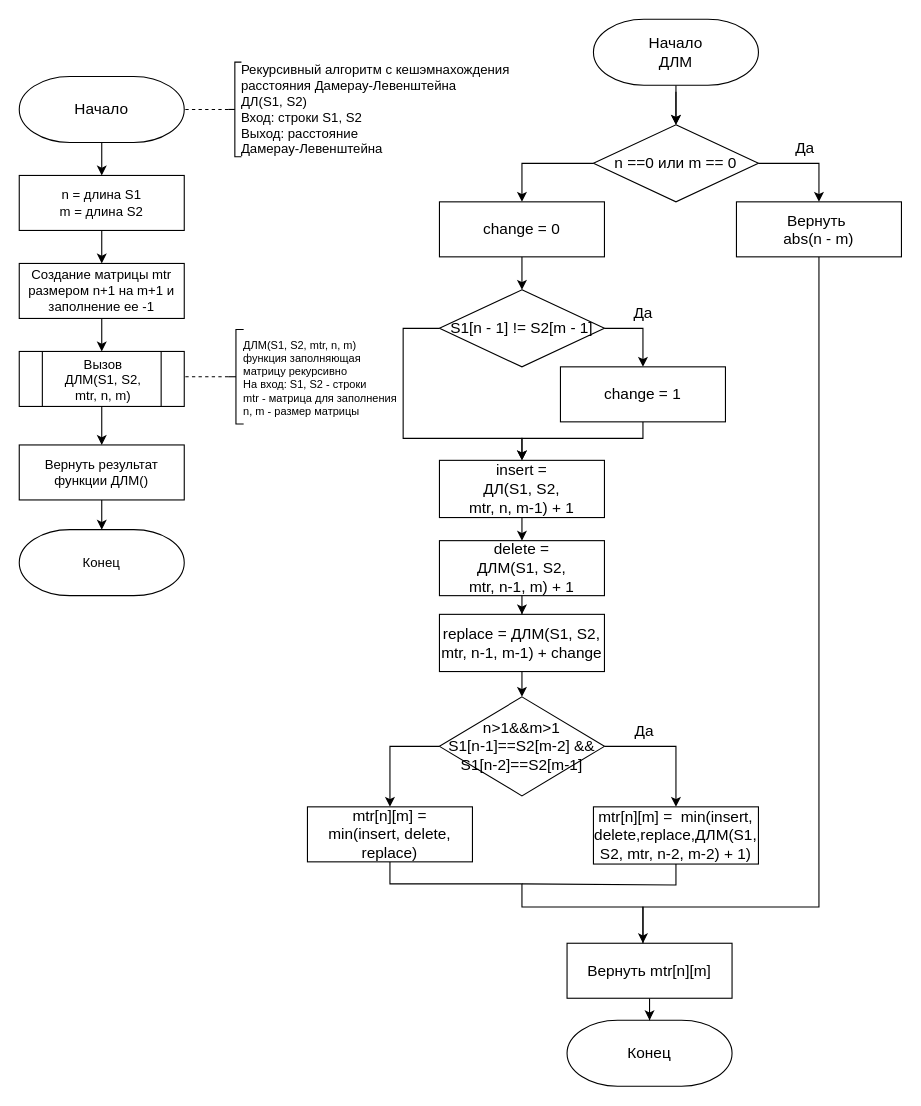
The draw.io diagram page "Д.-Л. Рекурсия с кэшом" (3 of 5) of lab_01/docs/img/algoritms.drawio in Ananasiika/bmstu-aa, before the edit. Source tidied: cells renumbered, new cells numbered last; positions are measured from the earlier drawing's top-left corner, leaving out a move shared by most shapes. Both pictures are drawn from the tidied source at 110%, with x=0, y=0 at pixel (19, 19).
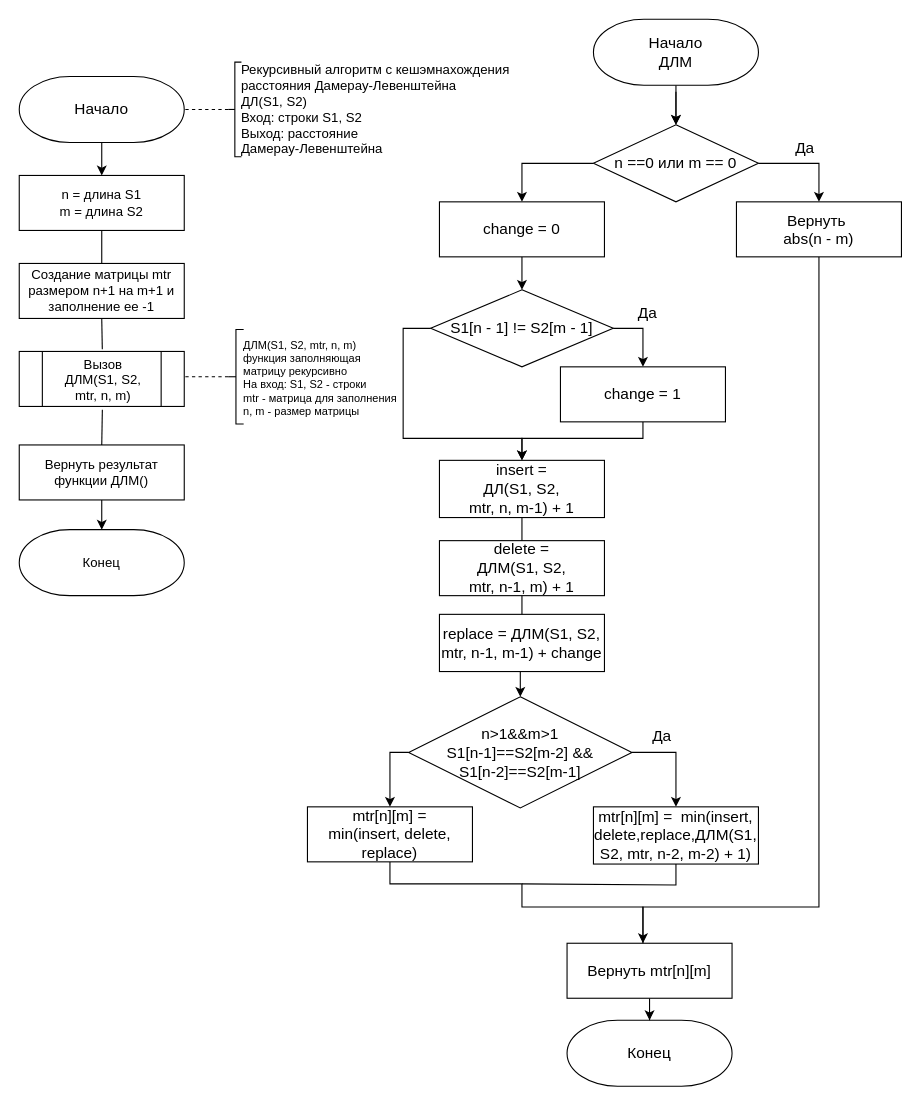
After the change.

Unchanged cells that the change refers to:
```xml
<mxCell id="5" value="n = длина S1&lt;br&gt;m = длина S2" style="rounded=0;whiteSpace=wrap;html=1;absoluteArcSize=1;arcSize=14;strokeWidth=1;" parent="1" vertex="1">
  <mxGeometry y="142" width="150" height="50" as="geometry" />
</mxCell>
<mxCell id="10" value="Создание матрицы mtr размером n+1 на m+1 и заполнение ее -1" style="rounded=0;whiteSpace=wrap;html=1;absoluteArcSize=1;arcSize=14;strokeWidth=1;" parent="1" vertex="1">
  <mxGeometry y="222" width="150" height="50" as="geometry" />
</mxCell>
<mxCell id="12" style="verticalLabelPosition=bottom;verticalAlign=top;html=1;shape=process;whiteSpace=wrap;rounded=0;size=0.14;arcSize=6;strokeColor=default;strokeWidth=1;fontSize=8;" parent="1" vertex="1">
  <mxGeometry y="302" width="150" height="50" as="geometry" />
</mxCell>
<mxCell id="13" value="&lt;font style=&quot;font-size: 12px;&quot;&gt;Вызов &lt;br&gt;ДЛМ(S1, S2, &lt;br&gt;mtr, n, m)&lt;/font&gt;" style="text;html=1;align=center;verticalAlign=middle;points=[];strokeColor=none;fillColor=none;fontSize=8;" parent="1" vertex="1">
  <mxGeometry x="32.5" y="300" width="87" height="55" as="geometry" />
</mxCell>
<mxCell id="15" value="Вернуть результат функции ДЛМ()" style="rounded=0;whiteSpace=wrap;html=1;absoluteArcSize=1;arcSize=14;strokeWidth=1;" parent="1" vertex="1">
  <mxGeometry y="387" width="150" height="50" as="geometry" />
</mxCell>
<mxCell id="42" value="&lt;font style=&quot;font-size: 14px;&quot;&gt;insert = &lt;br style=&quot;font-size: 14px;&quot;&gt;ДЛ(S1, S2, &lt;br&gt;mtr, n, m-1) + 1&lt;/font&gt;" style="rounded=0;whiteSpace=wrap;html=1;absoluteArcSize=1;arcSize=14;strokeWidth=1;fontSize=14;" parent="1" vertex="1">
  <mxGeometry x="382" y="401" width="150" height="52" as="geometry" />
</mxCell>
<mxCell id="44" value="&lt;font style=&quot;font-size: 14px;&quot;&gt;delete = &lt;br style=&quot;font-size: 14px;&quot;&gt;ДЛM(S1, S2, &lt;br&gt;mtr, n-1, m) + 1&lt;/font&gt;" style="rounded=0;whiteSpace=wrap;html=1;absoluteArcSize=1;arcSize=14;strokeWidth=1;fontSize=14;" parent="1" vertex="1">
  <mxGeometry x="382" y="474" width="150" height="50" as="geometry" />
</mxCell>
<mxCell id="46" value="&lt;font style=&quot;font-size: 14px;&quot;&gt;replace = ДЛМ(S1, S2, &lt;br&gt;mtr, n-1, m-1) + change&lt;/font&gt;" style="rounded=0;whiteSpace=wrap;html=1;absoluteArcSize=1;arcSize=14;strokeWidth=1;fontSize=14;" parent="1" vertex="1">
  <mxGeometry x="382" y="541" width="150" height="52" as="geometry" />
</mxCell>
<mxCell id="48" value="&lt;span style=&quot;font-size: 14px;&quot;&gt;mtr[n][m] =&lt;br style=&quot;font-size: 14px;&quot;&gt;&lt;/span&gt;min(insert, delete, replace)" style="rounded=0;whiteSpace=wrap;html=1;absoluteArcSize=1;arcSize=14;strokeWidth=1;fontSize=14;" parent="1" vertex="1">
  <mxGeometry x="262" y="716" width="150" height="50" as="geometry" />
</mxCell>
```

Change to the diagram source:
```diff
@@
-    <mxCell id="4" style="edgeStyle=orthogonalEdgeStyle;rounded=0;jettySize=auto;html=1;exitX=0.5;exitY=1;exitDx=0;exitDy=0;fontSize=8;endArrow=classic;endFill=1;" parent="1" edge="1" source="5" target="10">
-      <mxGeometry relative="1" as="geometry" />
-    </mxCell>
@@
-    <mxCell id="9" style="edgeStyle=orthogonalEdgeStyle;rounded=0;jettySize=auto;html=1;exitX=0.5;exitY=1;exitDx=0;exitDy=0;fontSize=8;endArrow=classic;endFill=1;entryX=0.5;entryY=0;entryDx=0;entryDy=0;" parent="1" edge="1" source="10" target="12">
-      <mxGeometry relative="1" as="geometry" />
-    </mxCell>
@@
-    <mxCell id="11" style="edgeStyle=orthogonalEdgeStyle;rounded=0;jettySize=auto;html=1;exitX=0.5;exitY=1;exitDx=0;exitDy=0;entryX=0.5;entryY=0;entryDx=0;entryDy=0;fontSize=10;endArrow=classic;endFill=1;" parent="1" edge="1" source="12" target="15">
-      <mxGeometry relative="1" as="geometry" />
-    </mxCell>
@@
     <mxCell id="32" value="S1[n - 1] != S2[m - 1]" style="rhombus;whiteSpace=wrap;html=1;strokeWidth=1;fontSize=14;" parent="1" vertex="1">
-      <mxGeometry x="382" y="246" width="150" height="70" as="geometry" />
+      <mxGeometry x="374" y="246" width="166" height="70" as="geometry" />
     </mxCell>
@@
-    <mxCell id="37" style="edgeStyle=orthogonalEdgeStyle;rounded=0;jettySize=auto;html=1;exitX=0;exitY=0.5;exitDx=0;exitDy=0;fontSize=14;" parent="1" edge="1" source="40" target="48">
-      <mxGeometry relative="1" as="geometry" />
-    </mxCell>
@@
     <mxCell id="40" value="&lt;font style=&quot;font-size: 14px; line-height: 1.2;&quot;&gt;n&amp;gt;1&amp;amp;&amp;amp;m&amp;gt;1&lt;br style=&quot;font-size: 14px;&quot;&gt;S1[n-1]==S2[m-2] &amp;amp;&amp;amp;&lt;br style=&quot;font-size: 14px;&quot;&gt;S1[n-2]==S2[m-1]&lt;/font&gt;" style="rhombus;whiteSpace=wrap;html=1;strokeWidth=1;fontSize=14;" parent="1" vertex="1">
-      <mxGeometry x="382" y="616" width="150" height="90" as="geometry" />
+      <mxGeometry x="354" y="616" width="203" height="101" as="geometry" />
     </mxCell>
-    <mxCell id="41" style="edgeStyle=orthogonalEdgeStyle;rounded=0;jettySize=auto;html=1;exitX=0.5;exitY=1;exitDx=0;exitDy=0;entryX=0.5;entryY=0;entryDx=0;entryDy=0;fontSize=14;" parent="1" edge="1" source="42" target="44">
-      <mxGeometry relative="1" as="geometry" />
-    </mxCell>
@@
-    <mxCell id="43" style="edgeStyle=orthogonalEdgeStyle;rounded=0;jettySize=auto;html=1;entryX=0.5;entryY=0;entryDx=0;entryDy=0;fontSize=14;" parent="1" edge="1" source="44" target="46">
-      <mxGeometry relative="1" as="geometry" />
-    </mxCell>
@@
+    <mxCell id="54" style="endArrow=none;html=1;rounded=0;entryX=0.5;entryY=1;entryDx=0;entryDy=0;" parent="1" edge="1" source="10" target="5">
+      <mxGeometry relative="1" as="geometry" />
+    </mxCell>
+    <mxCell id="55" style="endArrow=none;html=1;rounded=0;entryX=0.5;entryY=1;entryDx=0;entryDy=0;" parent="1" edge="1" source="13" target="10">
+      <mxGeometry relative="1" as="geometry" />
+    </mxCell>
+    <mxCell id="56" style="endArrow=none;html=1;rounded=0;exitX=0.5;exitY=0;exitDx=0;exitDy=0;" parent="1" edge="1" source="15" target="13">
+      <mxGeometry relative="1" as="geometry" />
+    </mxCell>
+    <mxCell id="37" style="edgeStyle=orthogonalEdgeStyle;rounded=0;jettySize=auto;html=1;exitX=0;exitY=0.5;exitDx=0;exitDy=0;fontSize=14;" parent="1" edge="1" source="40" target="48">
+      <mxGeometry relative="1" as="geometry">
+        <Array as="points">
+          <mxPoint x="337" y="667" />
+        </Array>
+      </mxGeometry>
+    </mxCell>
+    <mxCell id="57" style="endArrow=none;html=1;rounded=0;entryX=0.5;entryY=1;entryDx=0;entryDy=0;" parent="1" edge="1" source="44" target="42">
+      <mxGeometry relative="1" as="geometry" />
+    </mxCell>
+    <mxCell id="58" style="endArrow=none;html=1;rounded=0;entryX=0.5;entryY=1;entryDx=0;entryDy=0;" parent="1" edge="1" source="46" target="44">
+      <mxGeometry relative="1" as="geometry" />
+    </mxCell>
```
